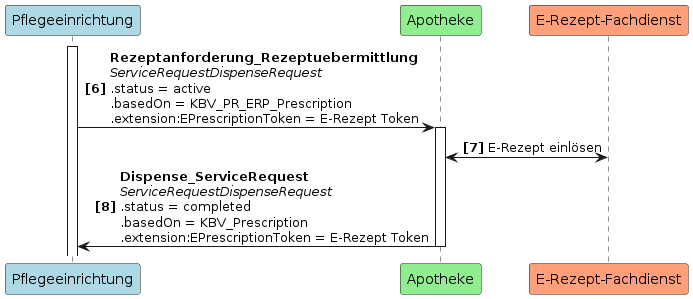
Above: guides/ig-rezeptanforderung/images/puml_images/UC1_2.png in gematik/spec-E-Rezept-ServiceRequest (PlantUML), before the change.
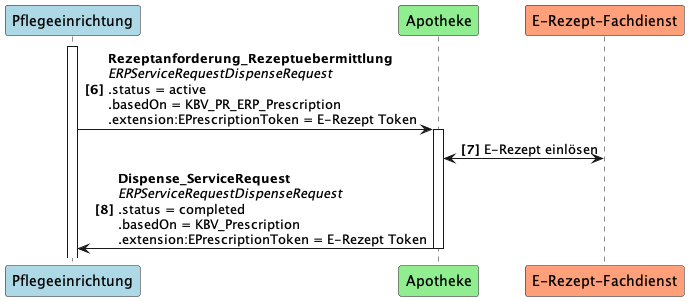
The same diagram one commit later.

Diff of the diagram source:
```diff
@@ -5,7 +5,7 @@
 participant "E-Rezept-Fachdienst" as FD #LightSalmon
 
 activate PE
-PE -> A++: <b>Rezeptanforderung_Rezeptuebermittlung \n<i>ServiceRequestDispenseRequest \n.status = active \n.basedOn = KBV_PR_ERP_Prescription \n.extension:EPrescriptionToken = E-Rezept Token
+PE -> A++: <b>Rezeptanforderung_Rezeptuebermittlung \n<i>ERPServiceRequestDispenseRequest \n.status = active \n.basedOn = KBV_PR_ERP_Prescription \n.extension:EPrescriptionToken = E-Rezept Token
 A <-> FD: E-Rezept einlösen
-A -> PE--: <b>Dispense_ServiceRequest \n<i>ServiceRequestDispenseRequest \n.status = completed \n.basedOn = KBV_Prescription \n.extension:EPrescriptionToken = E-Rezept Token
+A -> PE--: <b>Dispense_ServiceRequest \n<i>ERPServiceRequestDispenseRequest \n.status = completed \n.basedOn = KBV_Prescription \n.extension:EPrescriptionToken = E-Rezept Token
 @enduml
```
